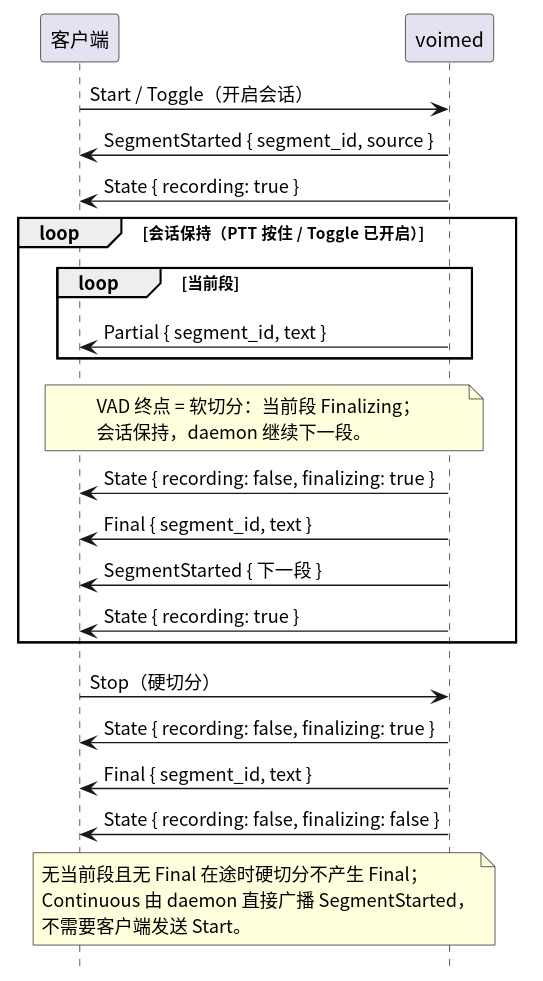
The PlantUML diagram crates/voime-ipc/diagram/segment-flow.svg in 54m43lJ/voime, before a commit.
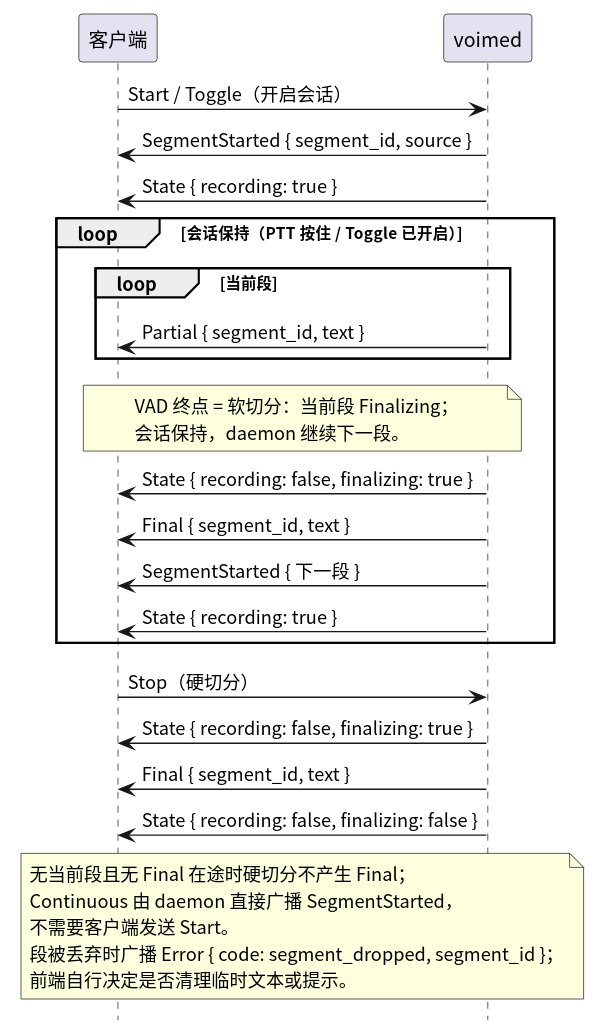
The same file after the commit.

What changed in the source:
```diff
@@ -35,5 +35,7 @@
   无当前段且无 Final 在途时硬切分不产生 Final；
   Continuous 由 daemon 直接广播 SegmentStarted，
   不需要客户端发送 Start。
+  段被丢弃时广播 Error { code: segment_dropped, segment_id }；
+  前端自行决定是否清理临时文本或提示。
 end note
 @enduml
```
